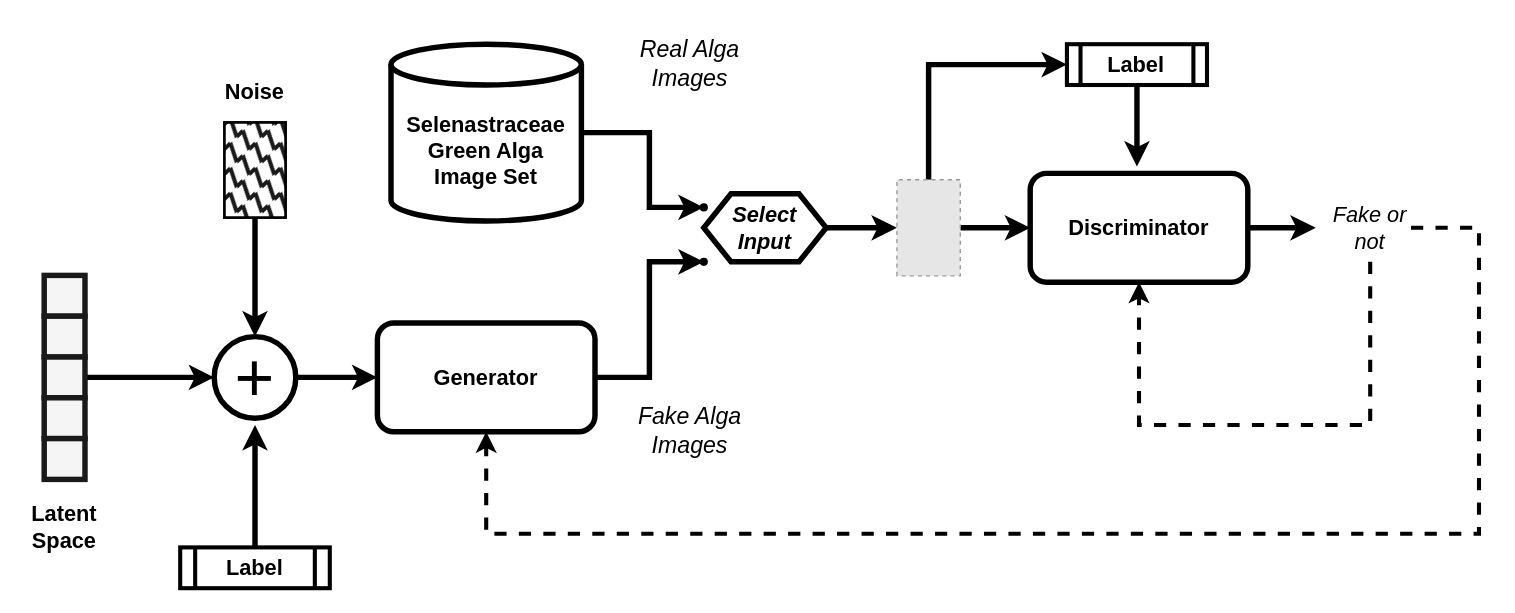
Above: cgan.drawio in viniciusrpb/drawio_flowcharts (draw.io), before the change. Source tidied: cells renumbered, new cells numbered last; positions are measured from the earlier drawing's top-left corner, leaving out a move shared by most shapes. Both pictures are drawn from the tidied source at 136%, with x=0, y=0 at pixel (23, 44). Pictures stored in the file or linked from it are replaced by grey dashed boxes.
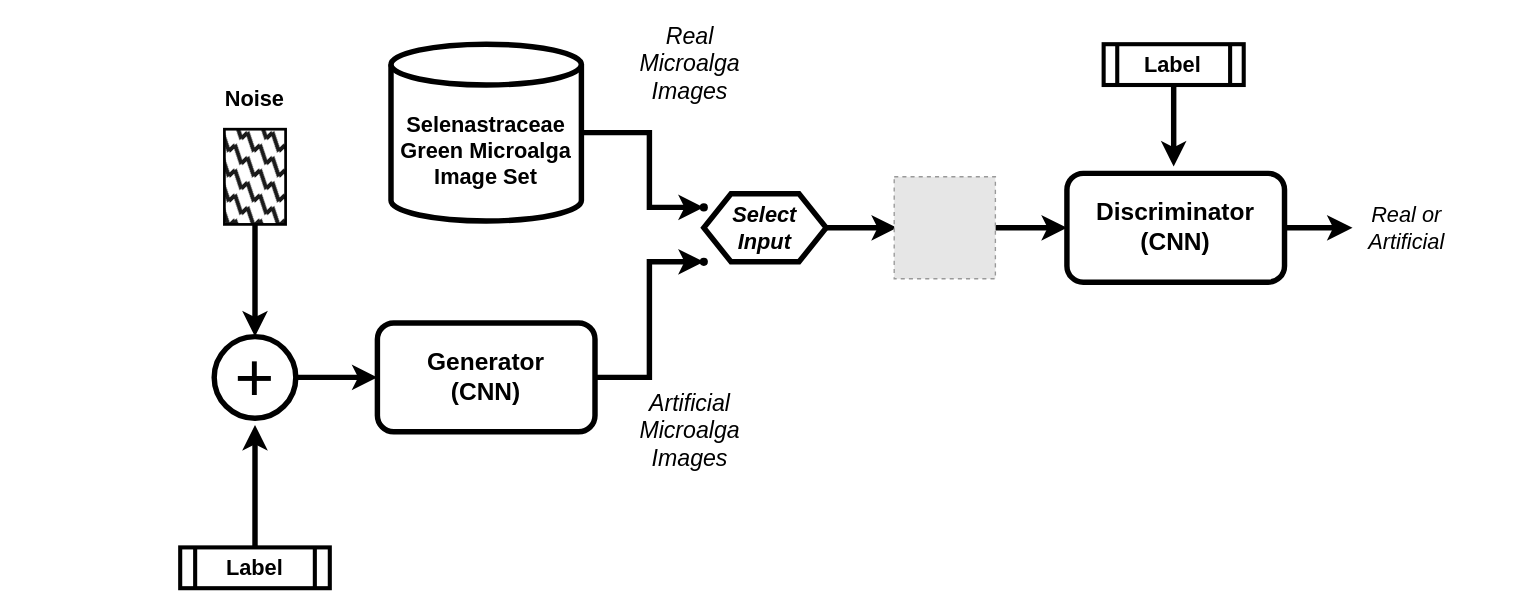
The same diagram, later.

The change refers to these unchanged cells:
```xml
<mxCell id="18" value="+" style="ellipse;whiteSpace=wrap;html=1;fontSize=50;strokeWidth=4;" parent="1" vertex="1">
  <mxGeometry x="140" y="215" width="60" height="60" as="geometry" />
</mxCell>
<mxCell id="32" value="Select&lt;br style=&quot;font-size: 16px;&quot;&gt;Input" style="shape=hexagon;perimeter=hexagonPerimeter2;whiteSpace=wrap;html=1;fixedSize=1;strokeWidth=4;fontSize=16;fontStyle=3;" parent="1" vertex="1">
  <mxGeometry x="500" y="110" width="90" height="50" as="geometry" />
</mxCell>
```

Change to the diagram source:
```diff
@@
-    <mxCell id="3" value="Generator" style="rounded=1;whiteSpace=wrap;html=1;fontSize=16;glass=0;strokeWidth=4;shadow=0;fontStyle=1;" parent="1" vertex="1">
+    <mxCell id="3" value="Generator&lt;div style=&quot;font-size: 18px;&quot;&gt;(CNN)&lt;/div&gt;" style="rounded=1;whiteSpace=wrap;html=1;fontSize=18;glass=0;strokeWidth=4;shadow=0;fontStyle=1;" parent="1" vertex="1">
       <mxGeometry x="260" y="205" width="160" height="80" as="geometry" />
     </mxCell>
     <mxCell id="4" style="edgeStyle=orthogonalEdgeStyle;rounded=0;jettySize=auto;html=1;strokeWidth=4;" parent="1" edge="1" source="5">
       <mxGeometry relative="1" as="geometry">
-        <mxPoint x="950" y="135" as="targetPoint" />
+        <mxPoint x="977" y="135" as="targetPoint" />
       </mxGeometry>
     </mxCell>
-    <mxCell id="5" value="Discriminator" style="rounded=1;whiteSpace=wrap;html=1;fontSize=16;glass=0;strokeWidth=4;shadow=0;fontStyle=1;" parent="1" vertex="1">
-      <mxGeometry x="740" y="95" width="160" height="80" as="geometry" />
+    <mxCell id="5" value="Discriminator&lt;div&gt;(CNN)&lt;/div&gt;" style="rounded=1;whiteSpace=wrap;html=1;fontSize=18;glass=0;strokeWidth=4;shadow=0;fontStyle=1;" parent="1" vertex="1">
+      <mxGeometry x="767" y="95" width="160" height="80" as="geometry" />
     </mxCell>
@@
     <mxCell id="7" style="rounded=0;whiteSpace=wrap;html=1;rotation=-90;strokeWidth=2;fillStyle=zigzag-line;gradientDirection=north;fillColor=#1A1A1A;" parent="1" vertex="1">
-      <mxGeometry x="135" y="70" width="70" height="45" as="geometry" />
+      <mxGeometry x="135" y="75" width="70" height="45" as="geometry" />
     </mxCell>
     <mxCell id="8" value="Noise" style="text;html=1;strokeColor=none;fillColor=none;align=center;verticalAlign=middle;whiteSpace=wrap;rounded=0;strokeWidth=4;fontSize=16;fontStyle=1;" parent="1" vertex="1">
-      <mxGeometry x="140" y="20" width="60" height="30" as="geometry" />
+      <mxGeometry x="140" y="25" width="60" height="30" as="geometry" />
     </mxCell>
-    <mxCell id="9" value="Selenastraceae&lt;br&gt;Green Alga&lt;br&gt;Image Set" style="shape=cylinder3;whiteSpace=wrap;html=1;boundedLbl=1;backgroundOutline=1;size=15;fontSize=16;strokeWidth=4;fontStyle=1;" parent="1" vertex="1">
+    <mxCell id="9" value="Selenastraceae&lt;br&gt;Green Microalga&lt;br&gt;Image Set" style="shape=cylinder3;whiteSpace=wrap;html=1;boundedLbl=1;backgroundOutline=1;size=15;fontSize=16;strokeWidth=4;fontStyle=1;" parent="1" vertex="1">
       <mxGeometry x="270" width="140" height="130" as="geometry" />
     </mxCell>
-    <mxCell id="10" style="rounded=0;whiteSpace=wrap;html=1;strokeWidth=4;fillColor=#f5f5f5;fontColor=#333333;strokeColor=#1A1A1A;" parent="1" vertex="1">
-      <mxGeometry x="15" y="170" width="30" height="30" as="geometry" />
-    </mxCell>
-    <mxCell id="11" style="rounded=0;whiteSpace=wrap;html=1;strokeWidth=4;fillColor=#f5f5f5;fontColor=#333333;strokeColor=#1A1A1A;" parent="1" vertex="1">
-      <mxGeometry x="15" y="200" width="30" height="30" as="geometry" />
-    </mxCell>
-    <mxCell id="12" style="edgeStyle=orthogonalEdgeStyle;rounded=0;jettySize=auto;html=1;entryX=0;entryY=0.5;entryDx=0;entryDy=0;strokeWidth=4;" parent="1" edge="1" source="13" target="18">
-      <mxGeometry relative="1" as="geometry" />
-    </mxCell>
-    <mxCell id="13" style="rounded=0;whiteSpace=wrap;html=1;strokeWidth=4;fillColor=#f5f5f5;fontColor=#333333;strokeColor=#1A1A1A;" parent="1" vertex="1">
-      <mxGeometry x="15" y="230" width="30" height="30" as="geometry" />
-    </mxCell>
-    <mxCell id="14" style="rounded=0;whiteSpace=wrap;html=1;strokeWidth=4;fillColor=#f5f5f5;fontColor=#333333;strokeColor=#1A1A1A;" parent="1" vertex="1">
-      <mxGeometry x="15" y="260" width="30" height="30" as="geometry" />
-    </mxCell>
-    <mxCell id="15" style="rounded=0;whiteSpace=wrap;html=1;strokeWidth=4;fillColor=#f5f5f5;fontColor=#333333;strokeColor=#1A1A1A;" parent="1" vertex="1">
-      <mxGeometry x="15" y="290" width="30" height="30" as="geometry" />
-    </mxCell>
-    <mxCell id="16" value="Latent Space" style="text;html=1;strokeColor=none;fillColor=none;align=center;verticalAlign=middle;whiteSpace=wrap;rounded=0;strokeWidth=4;fontSize=16;fontStyle=1;" parent="1" vertex="1">
-      <mxGeometry y="340" width="60" height="30" as="geometry" />
-    </mxCell>
@@
-    <mxCell id="22" style="edgeStyle=orthogonalEdgeStyle;rounded=0;jettySize=auto;html=1;exitX=0.5;exitY=1;exitDx=0;exitDy=0;entryX=0;entryY=0.5;entryDx=0;entryDy=0;strokeWidth=4;" parent="1" edge="1" source="24" target="5">
-      <mxGeometry relative="1" as="geometry" />
-    </mxCell>
-    <mxCell id="23" style="edgeStyle=orthogonalEdgeStyle;rounded=0;jettySize=auto;html=1;entryX=0;entryY=0.5;entryDx=0;entryDy=0;strokeWidth=4;" parent="1" edge="1" source="24" target="30">
-      <mxGeometry relative="1" as="geometry">
-        <Array as="points">
-          <mxPoint x="665" y="15" />
-        </Array>
-      </mxGeometry>
-    </mxCell>
-    <mxCell id="24" style="fillColor=#E6E6E6;strokeColor=#999999;dashed=1;verticalLabelPosition=bottom;labelBackgroundColor=default;verticalAlign=top;rotation=-90;" parent="1" vertex="1">
-      <mxGeometry x="630" y="111.7" width="70.6" height="46.6" as="geometry" />
-    </mxCell>
-    <mxCell id="25" value="Fake Alga Images" style="text;html=1;strokeColor=none;fillColor=none;align=center;verticalAlign=middle;whiteSpace=wrap;rounded=0;fontStyle=2;fontSize=17;" parent="1" vertex="1">
+    <mxCell id="25" value="&lt;div&gt;Artificial&lt;/div&gt;Microalga Images" style="text;html=1;strokeColor=none;fillColor=none;align=center;verticalAlign=middle;whiteSpace=wrap;rounded=0;fontStyle=2;fontSize=17;" parent="1" vertex="1">
       <mxGeometry x="440" y="270" width="100" height="30" as="geometry" />
     </mxCell>
-    <mxCell id="26" value="Real Alga Images" style="text;html=1;strokeColor=none;fillColor=none;align=center;verticalAlign=middle;whiteSpace=wrap;rounded=0;fontStyle=2;fontSize=17;" parent="1" vertex="1">
+    <mxCell id="26" value="Real Microalga Images" style="text;html=1;strokeColor=none;fillColor=none;align=center;verticalAlign=middle;whiteSpace=wrap;rounded=0;fontStyle=2;fontSize=17;" parent="1" vertex="1">
       <mxGeometry x="440" width="100" height="30" as="geometry" />
     </mxCell>
@@
     <mxCell id="29" style="edgeStyle=orthogonalEdgeStyle;rounded=0;jettySize=auto;html=1;strokeWidth=4;" parent="1" edge="1" source="30">
       <mxGeometry relative="1" as="geometry">
-        <mxPoint x="818.5" y="90" as="targetPoint" />
+        <mxPoint x="845.5" y="90" as="targetPoint" />
       </mxGeometry>
     </mxCell>
     <mxCell id="30" value="Label" style="shape=process;whiteSpace=wrap;html=1;backgroundOutline=1;strokeWidth=3;fontSize=16;fontStyle=1;" parent="1" vertex="1">
-      <mxGeometry x="767" width="103" height="30" as="geometry" />
+      <mxGeometry x="794" width="103" height="30" as="geometry" />
     </mxCell>
-    <mxCell id="31" style="edgeStyle=orthogonalEdgeStyle;rounded=0;jettySize=auto;html=1;entryX=0.5;entryY=0;entryDx=0;entryDy=0;strokeWidth=4;" parent="1" edge="1" source="32" target="24">
-      <mxGeometry relative="1" as="geometry" />
+    <mxCell id="31" style="edgeStyle=orthogonalEdgeStyle;rounded=0;jettySize=auto;html=1;entryX=0.5;entryY=0;entryDx=0;entryDy=0;strokeWidth=4;" parent="1" edge="1" source="32">
+      <mxGeometry relative="1" as="geometry">
+        <mxPoint x="642" y="135" as="targetPoint" />
+      </mxGeometry>
     </mxCell>
@@
-    <mxCell id="33" style="edgeStyle=orthogonalEdgeStyle;rounded=0;jettySize=auto;html=1;entryX=0.5;entryY=1;entryDx=0;entryDy=0;dashed=1;strokeWidth=3;" parent="1" edge="1" target="5">
-      <mxGeometry relative="1" as="geometry">
-        <mxPoint x="990" y="160" as="sourcePoint" />
-        <Array as="points">
-          <mxPoint x="990" y="280" />
-          <mxPoint x="820" y="280" />
-        </Array>
-      </mxGeometry>
-    </mxCell>
-    <mxCell id="34" style="edgeStyle=orthogonalEdgeStyle;rounded=0;jettySize=auto;html=1;entryX=0.5;entryY=1;entryDx=0;entryDy=0;dashed=1;strokeWidth=3;" parent="1" edge="1" source="35" target="3">
-      <mxGeometry relative="1" as="geometry">
-        <Array as="points">
-          <mxPoint x="1070" y="135" />
-          <mxPoint x="1070" y="360" />
-          <mxPoint x="340" y="360" />
-        </Array>
-      </mxGeometry>
-    </mxCell>
-    <mxCell id="35" value="Fake or not" style="text;html=1;strokeColor=none;fillColor=none;align=center;verticalAlign=middle;whiteSpace=wrap;rounded=0;fontStyle=2;fontSize=16;" parent="1" vertex="1">
-      <mxGeometry x="960" y="120" width="60" height="30" as="geometry" />
+    <mxCell id="35" value="Real or Artificial" style="text;html=1;strokeColor=none;fillColor=none;align=center;verticalAlign=middle;whiteSpace=wrap;rounded=0;fontStyle=2;fontSize=16;" parent="1" vertex="1">
+      <mxGeometry x="987" y="120" width="60" height="30" as="geometry" />
     </mxCell>
+    <mxCell id="36" style="edgeStyle=orthogonalEdgeStyle;rounded=0;jettySize=auto;html=1;entryX=0;entryY=0.5;entryDx=0;entryDy=0;fontSize=11;strokeWidth=4;" parent="1" edge="1" source="37" target="5">
+      <mxGeometry relative="1" as="geometry" />
+    </mxCell>
+    <mxCell id="37" style="fillColor=#E6E6E6;strokeColor=#999999;dashed=1;verticalLabelPosition=bottom;labelBackgroundColor=default;verticalAlign=top;" parent="1" vertex="1">
+      <mxGeometry x="640" y="97.5" width="74.4" height="75" as="geometry" />
+    </mxCell>
```
